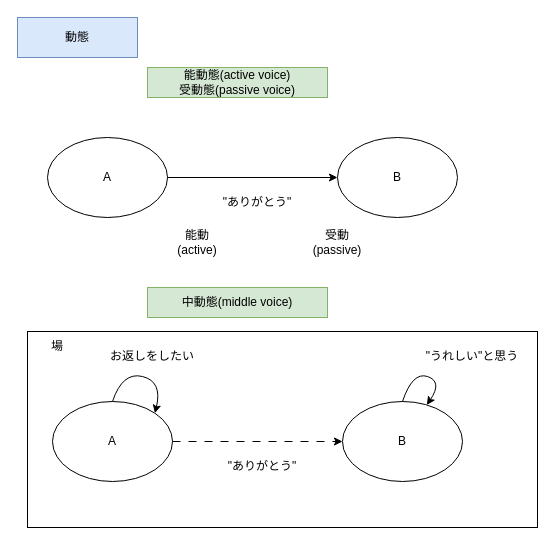
Earlier version of the draw.io diagram qiita_voice1.drawio (YossyIto/booklog_drowio). Source tidied: cells renumbered, new cells numbered last; positions are measured from the earlier drawing's top-left corner, leaving out a move shared by most shapes. Both pictures are drawn from the tidied source at 100%, with x=0, y=0 at pixel (17, 17).
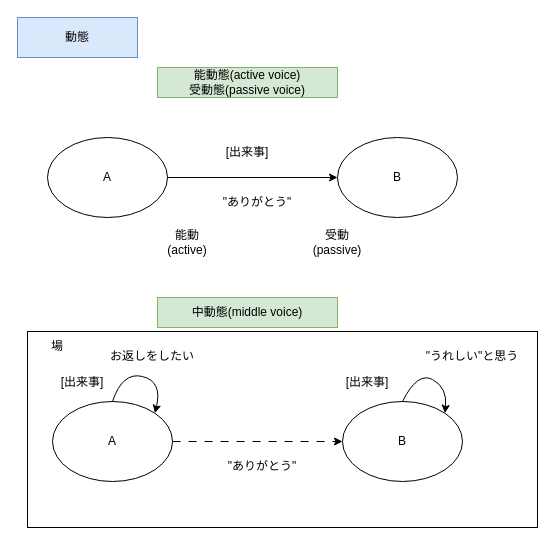
The same page after the edit.

Commit message (it also covers changes not shown here):
qiita_voice1.drawio を更新します

Unchanged cells that the change refers to:
```xml
<mxCell id="11" value="B" style="ellipse;whiteSpace=wrap;html=1;" parent="1" vertex="1">
  <mxGeometry x="325" y="384" width="120" height="80" as="geometry" />
</mxCell>
```

What changed in the source:
```diff
@@
     <mxCell id="8" value="能動&lt;div&gt;(active)&lt;/div&gt;" style="text;html=1;align=center;verticalAlign=middle;whiteSpace=wrap;rounded=0;" parent="1" vertex="1">
-      <mxGeometry x="140" y="210" width="80" height="30" as="geometry" />
+      <mxGeometry x="130" y="210" width="80" height="30" as="geometry" />
     </mxCell>
@@
     <mxCell id="16" value="能動態&lt;span style=&quot;background-color: transparent; color: light-dark(rgb(0, 0, 0), rgb(255, 255, 255));&quot;&gt;(active voice)&lt;/span&gt;&lt;div&gt;受動態&lt;span style=&quot;background-color: transparent; color: light-dark(rgb(0, 0, 0), rgb(255, 255, 255));&quot;&gt;(passive voice)&lt;/span&gt;&lt;/div&gt;" style="text;html=1;align=center;verticalAlign=middle;whiteSpace=wrap;rounded=0;fillColor=#d5e8d4;strokeColor=#82b366;" parent="1" vertex="1">
-      <mxGeometry x="130" y="50" width="180" height="30" as="geometry" />
+      <mxGeometry x="140" y="50" width="180" height="30" as="geometry" />
     </mxCell>
     <mxCell id="17" value="中動態&lt;span style=&quot;background-color: transparent; color: light-dark(rgb(0, 0, 0), rgb(255, 255, 255));&quot;&gt;(middle voice)&lt;br&gt;&lt;/span&gt;" style="text;html=1;align=center;verticalAlign=middle;whiteSpace=wrap;rounded=0;fillColor=#d5e8d4;strokeColor=#82b366;" parent="1" vertex="1">
-      <mxGeometry x="130" y="270" width="180" height="30" as="geometry" />
+      <mxGeometry x="140" y="280" width="180" height="30" as="geometry" />
     </mxCell>
-    <mxCell id="18" style="curved=1;endArrow=classic;html=1;rounded=0;exitX=0.5;exitY=0;exitDx=0;exitDy=0;" parent="1" edge="1" source="11" target="11">
+    <mxCell id="18" style="curved=1;endArrow=classic;html=1;rounded=0;exitX=0.5;exitY=0;exitDx=0;exitDy=0;entryX=1;entryY=0;entryDx=0;entryDy=0;" parent="1" edge="1" source="11" target="11">
       <mxGeometry relative="1" as="geometry">
         <Array as="points">
-          <mxPoint x="395" y="354" />
-          <mxPoint x="425" y="364" />
+          <mxPoint x="400" y="354" />
+          <mxPoint x="430" y="370" />
         </Array>
       </mxGeometry>
     </mxCell>
@@
+    <mxCell id="21" value="[出来事]" style="text;html=1;align=center;verticalAlign=middle;whiteSpace=wrap;rounded=0;" parent="1" vertex="1">
+      <mxGeometry x="200" y="120" width="60" height="30" as="geometry" />
+    </mxCell>
+    <mxCell id="22" value="[出来事]" style="text;html=1;align=center;verticalAlign=middle;whiteSpace=wrap;rounded=0;" parent="1" vertex="1">
+      <mxGeometry x="35" y="350" width="60" height="30" as="geometry" />
+    </mxCell>
+    <mxCell id="23" value="[出来事]" style="text;html=1;align=center;verticalAlign=middle;whiteSpace=wrap;rounded=0;" parent="1" vertex="1">
+      <mxGeometry x="320" y="350" width="60" height="30" as="geometry" />
+    </mxCell>
```
